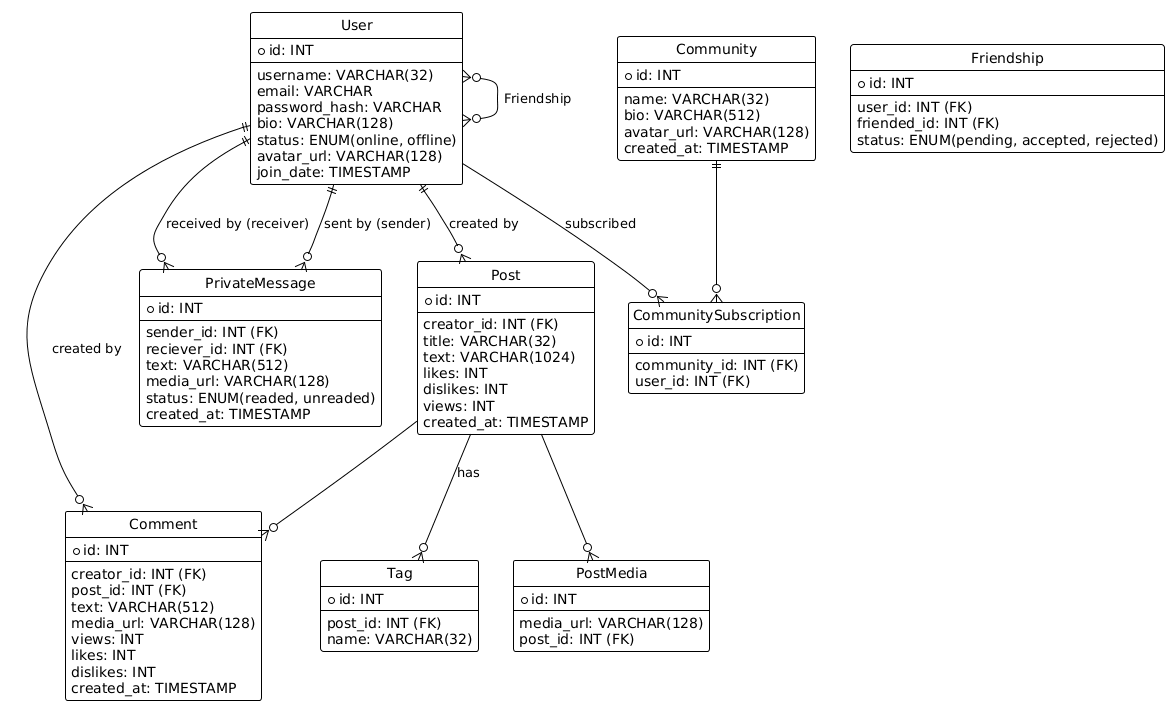
The PlantUML diagram docs/ERD diagrams/PlantUML/plantuml.png in fakeowl1/microblog-api, before a commit.
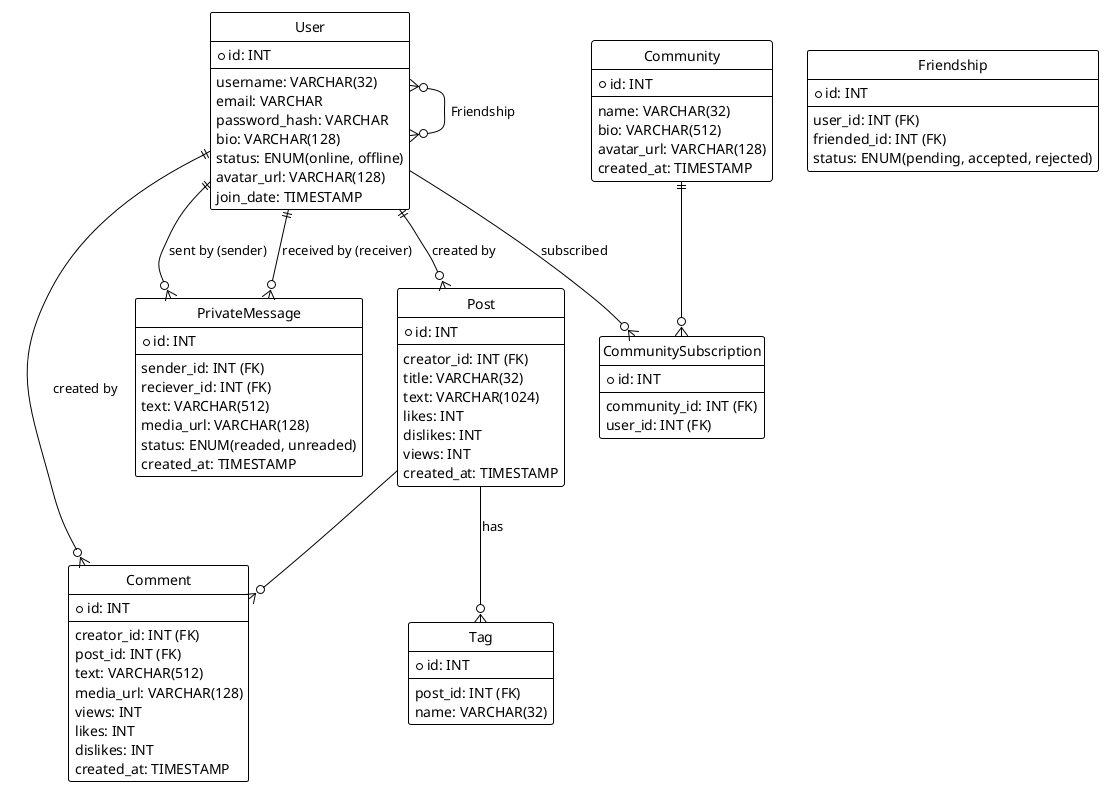
The same file after the commit.

Commit message:
fix: delete unnecessary PostMedia

What changed in the source:
```diff
@@ -47,13 +47,6 @@
   name: VARCHAR(32)
 }
 
-entity "PostMedia" as PostMedia {
-  *id: INT
-  --
-  media_url: VARCHAR(128)
-  post_id: INT (FK)
-}
-
 entity "Community" as Community {
   *id: INT
   --
@@ -93,8 +86,6 @@
 
 Post --o{ Comment
 
-Post --o{ PostMedia
-
 User ||--o{ Post: created by
 User ||--o{ Comment: created by
 
```
